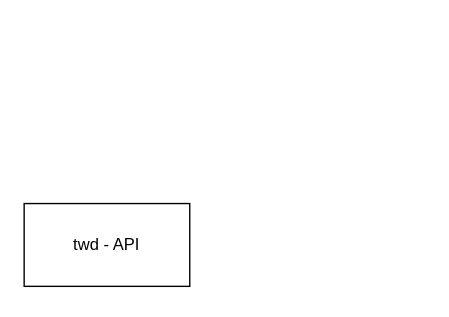
Eduardolimacesl/twd-clean-arc-api keeps this draw.io diagram as design/model.drawio. Above is the earlier version. Source tidied: cells renumbered, new cells numbered last; positions are measured from the earlier drawing's top-left corner, leaving out a move shared by most shapes. Both pictures are drawn from the tidied source at 138%, with x=0, y=0 at pixel (23, 203).
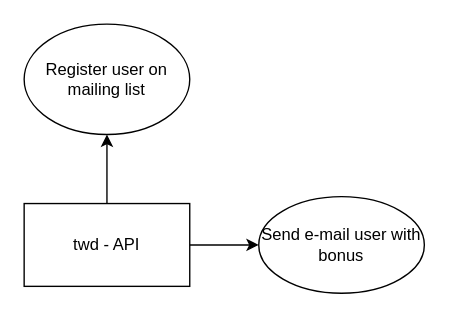
The same page after the edit.

Commit message:
docs: include features on model

Change to the diagram source:
```diff
@@
 <mxGraphModel>
   <root>
     <mxCell id="0" />
     <mxCell id="1" parent="0" />
+    <mxCell id="3" style="edgeStyle=none;html=1;" parent="1" edge="1" source="2" target="5">
+      <mxGeometry relative="1" as="geometry" />
+    </mxCell>
+    <mxCell id="4" style="edgeStyle=none;html=1;" parent="1" edge="1" source="2" target="6">
+      <mxGeometry relative="1" as="geometry" />
+    </mxCell>
     <mxCell id="2" value="twd - API" style="rounded=0;whiteSpace=wrap;html=1;" parent="1" vertex="1">
       <mxGeometry width="120" height="60" as="geometry" />
     </mxCell>
+    <mxCell id="5" value="Register user on mailing list" style="ellipse;whiteSpace=wrap;html=1;" parent="1" vertex="1">
+      <mxGeometry y="-130" width="120" height="80" as="geometry" />
+    </mxCell>
+    <mxCell id="6" value="Send e-mail user with bonus" style="ellipse;whiteSpace=wrap;html=1;" parent="1" vertex="1">
+      <mxGeometry x="170" y="-5" width="120" height="70" as="geometry" />
+    </mxCell>
   </root>
 </mxGraphModel>
```
